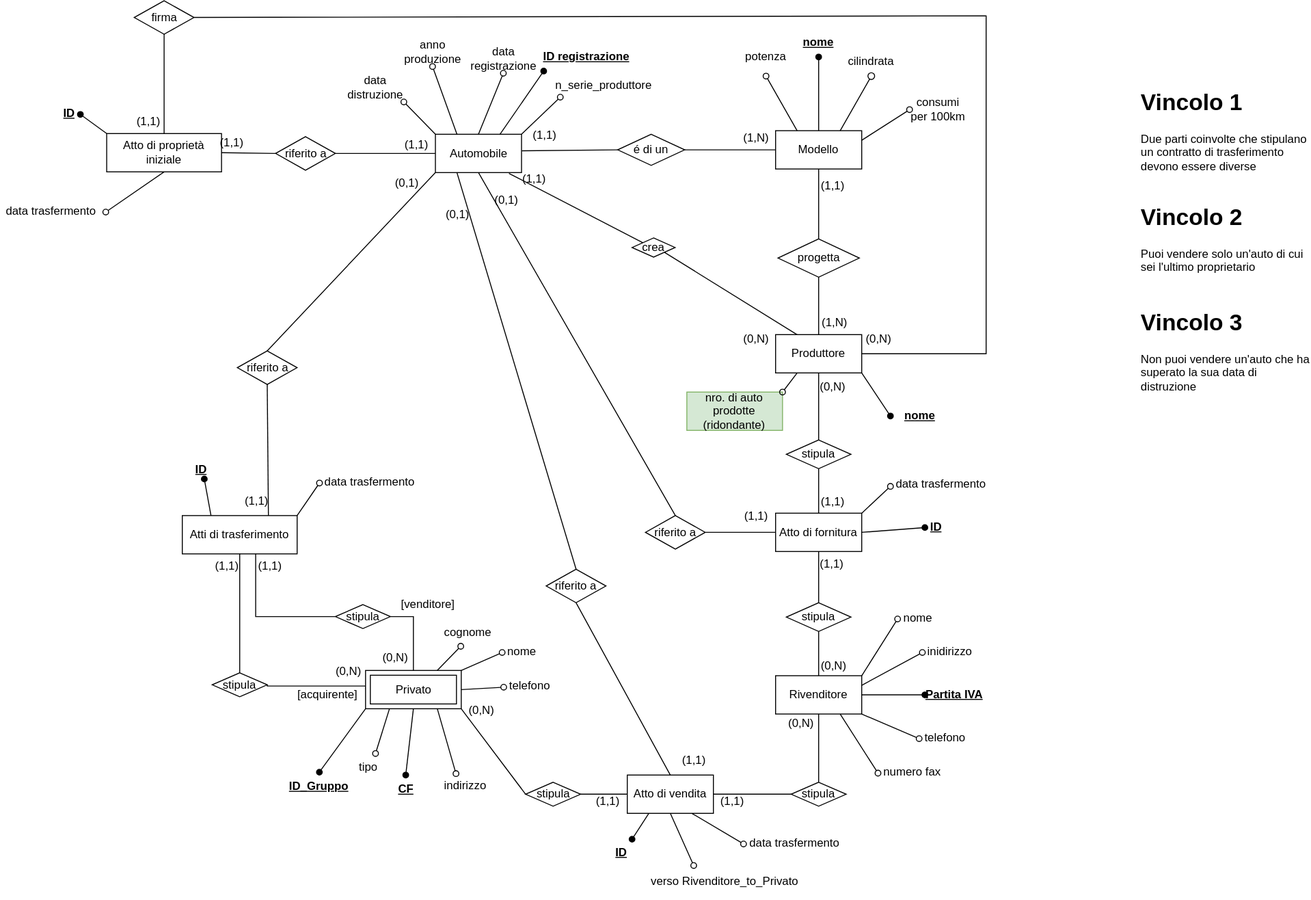
The draw.io diagram Progetto DATABASE - ER Ristrutturato.drawio.svg in CancianMatteo/UNIUD_ProgettoDatabase, before a commit. Source tidied: cells renumbered, new cells last; positions are measured from the earlier drawing's top-left corner, leaving out a move shared by most shapes.
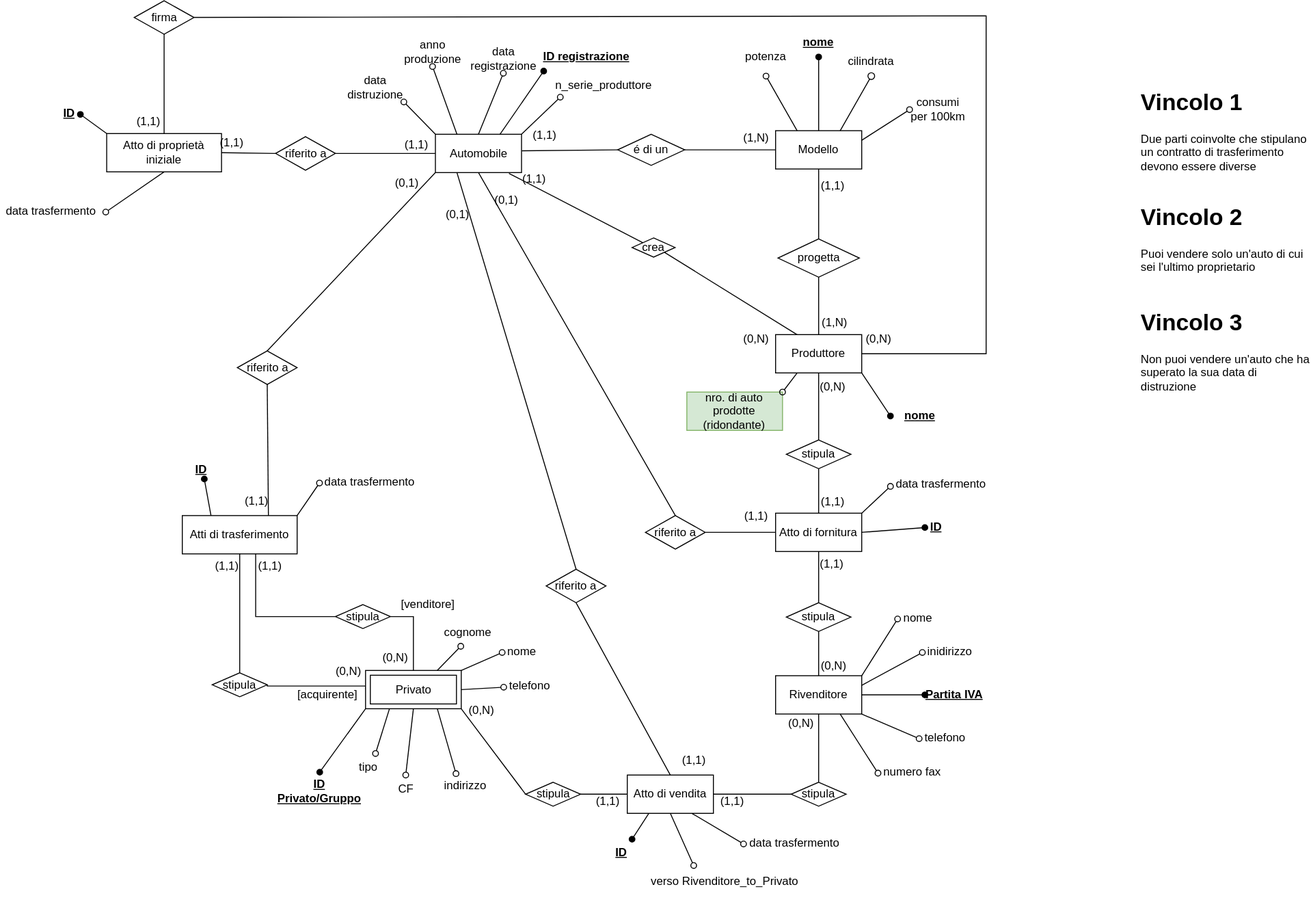
After the change.

Diff of the diagram source:
```diff
@@ -156,7 +156,7 @@
     <mxCell id="50" style="endArrow=oval;html=1;rounded=0;exitX=1;exitY=0;exitDx=0;exitDy=0;endFill=0;entryX=0;entryY=0.5;entryDx=0;entryDy=0;" parent="1" edge="1" source="38" target="52">
       <mxGeometry relative="1" as="geometry" />
     </mxCell>
-    <mxCell id="51" value="CF" style="text;html=1;align=center;verticalAlign=middle;whiteSpace=wrap;rounded=0;fontStyle=5;" parent="1" vertex="1">
+    <mxCell id="51" value="CF" style="text;html=1;align=center;verticalAlign=middle;whiteSpace=wrap;rounded=0;fontStyle=0;" parent="1" vertex="1">
       <mxGeometry x="407.5" y="809" width="32" height="30" as="geometry" />
     </mxCell>
     <mxCell id="52" value="nome" style="text;strokeColor=none;fillColor=none;spacingLeft=4;spacingRight=4;overflow=hidden;points=[[0,0.5],[1,0.5]];portConstraint=eastwest;fontSize=12;whiteSpace=wrap;html=1;" parent="1" vertex="1">
@@ -451,7 +451,7 @@
     <mxCell id="143" value="data trasfermento" style="text;strokeColor=none;fillColor=none;spacingLeft=4;spacingRight=4;overflow=hidden;points=[[0,0.5],[1,0.5]];portConstraint=eastwest;fontSize=12;whiteSpace=wrap;html=1;fontStyle=0;" parent="1" vertex="1">
       <mxGeometry y="206" width="110" height="30" as="geometry" />
     </mxCell>
-    <mxCell id="144" style="endArrow=oval;html=1;rounded=0;exitX=0.5;exitY=1;exitDx=0;exitDy=0;endFill=1;entryX=0.5;entryY=0;entryDx=0;entryDy=0;" parent="1" edge="1" source="38" target="51">
+    <mxCell id="144" style="endArrow=oval;html=1;rounded=0;exitX=0.5;exitY=1;exitDx=0;exitDy=0;endFill=0;entryX=0.5;entryY=0;entryDx=0;entryDy=0;" parent="1" edge="1" source="38" target="51">
       <mxGeometry relative="1" as="geometry" />
     </mxCell>
     <mxCell id="145" value="n_serie_produttore" style="text;html=1;align=center;verticalAlign=middle;strokeColor=none;fillColor=none;" parent="1" vertex="1">
@@ -463,8 +463,8 @@
     <mxCell id="147" style="endArrow=oval;html=1;rounded=0;endFill=0;exitX=0.5;exitY=1;exitDx=0;exitDy=0;entryX=0.297;entryY=-0.083;entryDx=0;entryDy=0;entryPerimeter=0;" parent="1" edge="1" source="66" target="146">
       <mxGeometry relative="1" as="geometry" />
     </mxCell>
-    <mxCell id="148" value="ID_Gruppo" style="text;html=1;align=center;verticalAlign=middle;whiteSpace=wrap;rounded=0;fontStyle=5;" parent="1" vertex="1">
-      <mxGeometry x="297.2" y="806" width="72" height="30" as="geometry" />
+    <mxCell id="148" value="ID Privato/Gruppo" style="text;html=1;align=center;verticalAlign=middle;whiteSpace=wrap;rounded=0;fontStyle=5;" parent="1" vertex="1">
+      <mxGeometry x="297.2" y="806" width="72.8" height="40" as="geometry" />
     </mxCell>
     <mxCell id="149" style="endArrow=oval;html=1;rounded=0;exitX=0;exitY=1;exitDx=0;exitDy=0;endFill=1;entryX=0.5;entryY=0;entryDx=0;entryDy=0;" parent="1" edge="1" source="38" target="148">
       <mxGeometry relative="1" as="geometry" />
```
